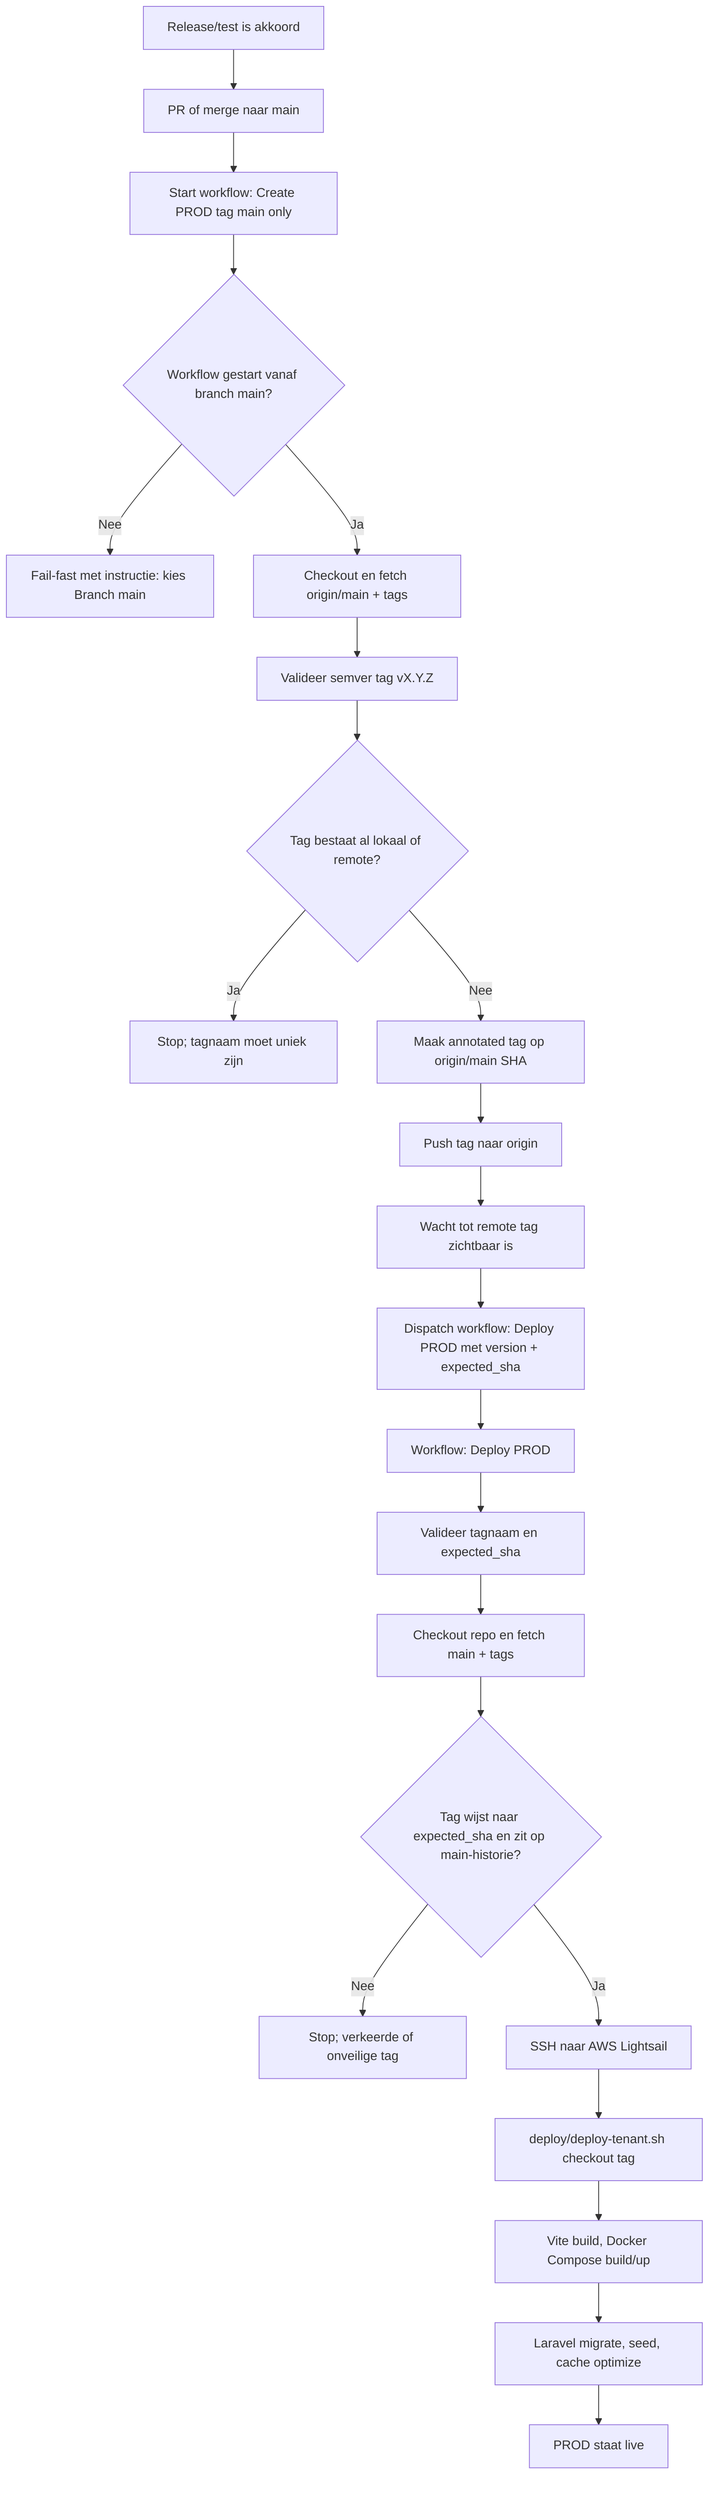
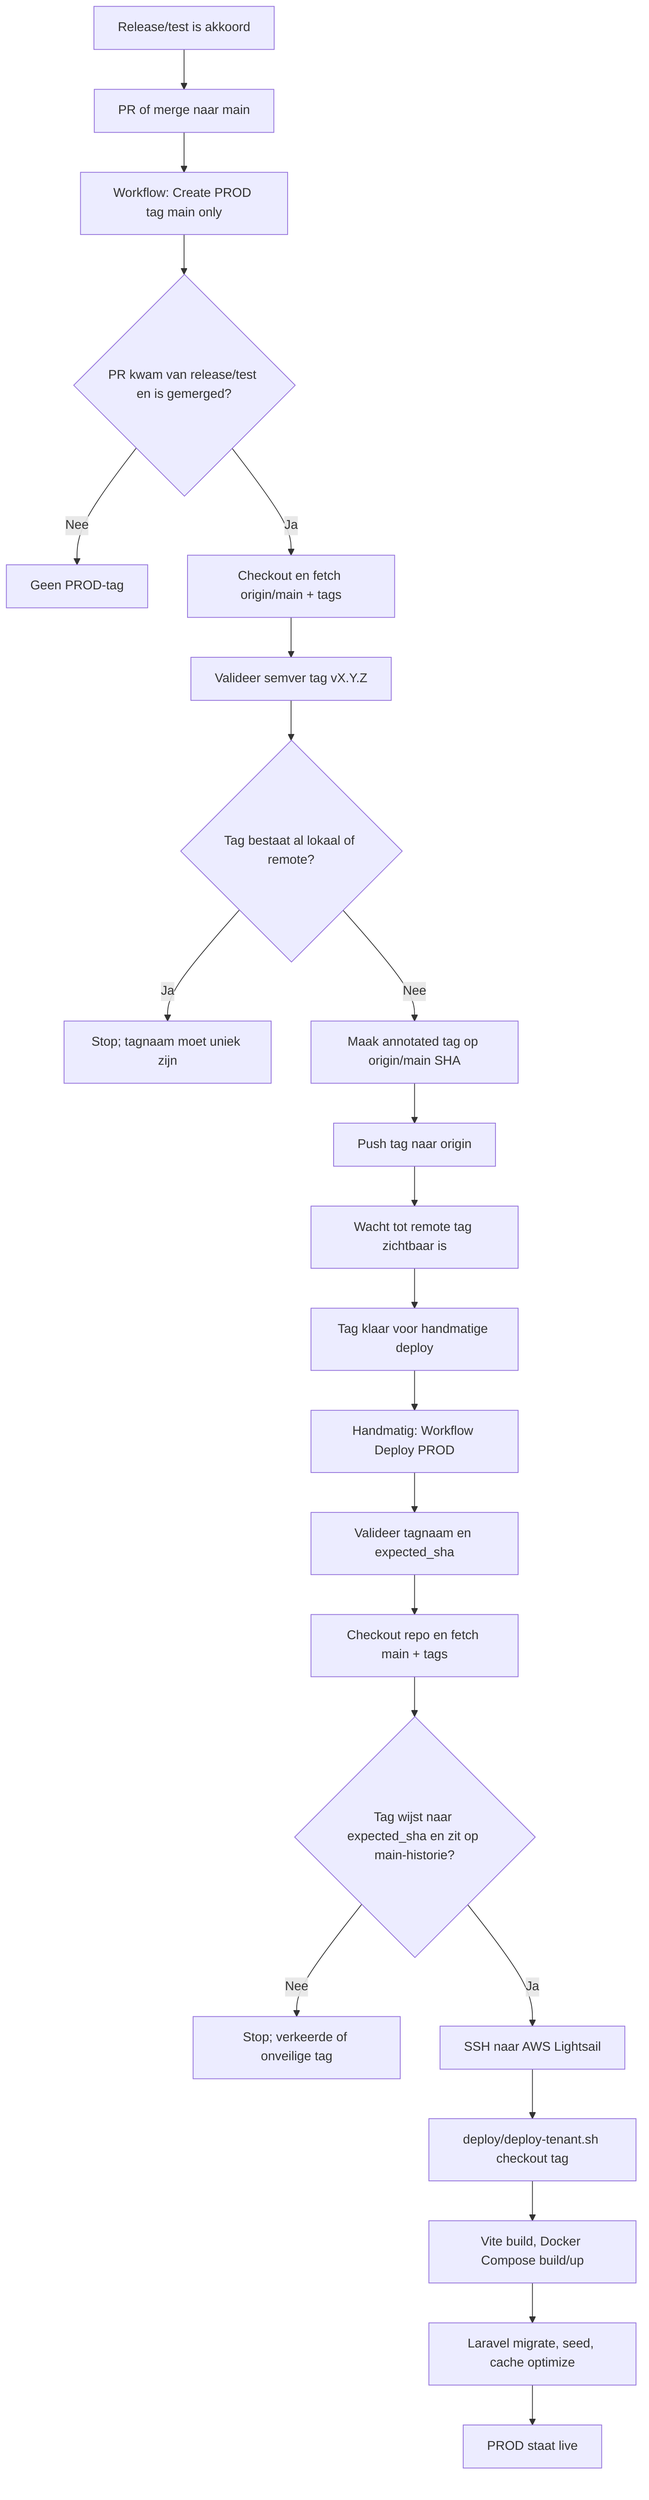
flowchart TD
    A[Release/test is akkoord] --> B[PR of merge naar main]
-     B --> C[Start workflow: Create PROD tag main only]
-     C --> D{Workflow gestart vanaf branch main?}
-     D -- Nee --> E[Fail-fast met instructie: kies Branch main]
+     B --> C[Workflow: Create PROD tag main only]
+     C --> D{PR kwam van release/test en is gemerged?}
+     D -- Nee --> E[Geen PROD-tag]
    D -- Ja --> F[Checkout en fetch origin/main + tags]
    F --> G[Valideer semver tag vX.Y.Z]
    G --> H{Tag bestaat al lokaal of remote?}
    H -- Ja --> I[Stop; tagnaam moet uniek zijn]
    H -- Nee --> J[Maak annotated tag op origin/main SHA]
    J --> K[Push tag naar origin]
    K --> L[Wacht tot remote tag zichtbaar is]
-     L --> M[Dispatch workflow: Deploy PROD met version + expected_sha]
-     M --> N[Workflow: Deploy PROD]
+     L --> M[Tag klaar voor handmatige deploy]
+     M --> N[Handmatig: Workflow Deploy PROD]
    N --> O[Valideer tagnaam en expected_sha]
    O --> P[Checkout repo en fetch main + tags]
    P --> Q{Tag wijst naar expected_sha en zit op main-historie?}
    Q -- Nee --> R[Stop; verkeerde of onveilige tag]
    Q -- Ja --> S[SSH naar AWS Lightsail]
    S --> T[deploy/deploy-tenant.sh checkout tag]
    T --> U[Vite build, Docker Compose build/up]
    U --> V[Laravel migrate, seed, cache optimize]
    V --> W[PROD staat live]
